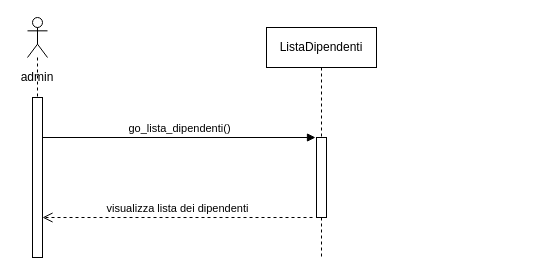
Before: Diagrammi_delle_sequenze/modificabili/diagramma_lista_dipendenti.drawio in fd-col/ProgettoIngegneriaDelSoftware, a draw.io diagram. Source tidied: cells renumbered, new cells numbered last; positions are measured from the earlier drawing's top-left corner, leaving out a move shared by most shapes. Both pictures are drawn from the tidied source at 100%, with x=0, y=0 at pixel (17, 17).
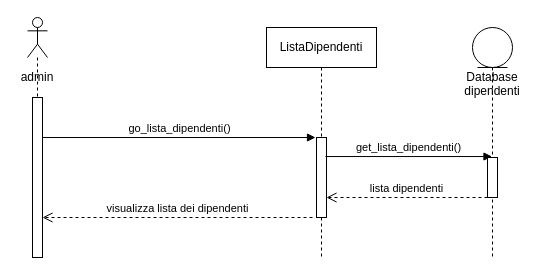
The same page after the edit.

What changed in the source:
```diff
@@
 <mxGraphModel>
   <root>
     <mxCell id="0" />
     <mxCell id="1" parent="0" />
     <mxCell id="2" style="shape=umlLifeline;participant=umlActor;perimeter=lifelinePerimeter;whiteSpace=wrap;html=1;verticalAlign=top;spacingTop=36;" parent="1" vertex="1">
       <mxGeometry x="10" width="20" height="90" as="geometry" />
     </mxCell>
     <mxCell id="3" style="html=1;perimeter=orthogonalPerimeter;" parent="1" vertex="1">
       <mxGeometry x="15" y="80" width="10" height="160" as="geometry" />
     </mxCell>
     <mxCell id="4" value="admin" style="text;html=1;strokeColor=none;fillColor=none;align=center;verticalAlign=middle;whiteSpace=wrap;rounded=0;" parent="1" vertex="1">
       <mxGeometry y="50" width="40" height="20" as="geometry" />
     </mxCell>
     <mxCell id="5" value="&lt;div&gt;ListaDipendenti&lt;/div&gt;" style="shape=umlLifeline;perimeter=lifelinePerimeter;whiteSpace=wrap;html=1;" parent="1" vertex="1">
       <mxGeometry x="249" y="10" width="110" height="230" as="geometry" />
     </mxCell>
     <mxCell id="6" style="html=1;points=[];perimeter=orthogonalPerimeter;" parent="5" vertex="1">
       <mxGeometry x="50" y="110" width="10" height="80" as="geometry" />
     </mxCell>
     <mxCell id="7" value="go_lista_dipendenti()" style="html=1;verticalAlign=bottom;endArrow=block;" parent="1" edge="1">
       <mxGeometry relative="1" as="geometry">
         <mxPoint x="25" y="120" as="sourcePoint" />
         <mxPoint x="298" y="120" as="targetPoint" />
       </mxGeometry>
     </mxCell>
     <mxCell id="8" value="visualizza lista dei dipendenti" style="html=1;verticalAlign=bottom;endArrow=open;dashed=1;endSize=8;" parent="1" edge="1">
       <mxGeometry relative="1" as="geometry">
         <mxPoint x="295" y="200" as="sourcePoint" />
         <mxPoint x="25" y="200" as="targetPoint" />
       </mxGeometry>
     </mxCell>
+    <mxCell id="9" value="Database dipendenti" style="shape=umlLifeline;participant=umlEntity;perimeter=lifelinePerimeter;whiteSpace=wrap;html=1;verticalAlign=top;spacingTop=36;outlineConnect=0;" parent="1" vertex="1">
+      <mxGeometry x="455" y="10" width="40" height="230" as="geometry" />
+    </mxCell>
+    <mxCell id="10" value="get_lista_dipendenti()" style="html=1;verticalAlign=bottom;endArrow=block;exitX=0.9;exitY=0.238;exitDx=0;exitDy=0;exitPerimeter=0;" parent="1" edge="1" source="6" target="9">
+      <mxGeometry relative="1" as="geometry" />
+    </mxCell>
+    <mxCell id="11" style="html=1;perimeter=orthogonalPerimeter;" parent="1" vertex="1">
+      <mxGeometry x="470" y="140" width="10" height="40" as="geometry" />
+    </mxCell>
+    <mxCell id="12" value="lista dipendenti" style="html=1;verticalAlign=bottom;endArrow=open;dashed=1;endSize=8;entryX=1;entryY=0.75;entryDx=0;entryDy=0;entryPerimeter=0;" parent="1" edge="1" target="6">
+      <mxGeometry relative="1" as="geometry">
+        <mxPoint x="470" y="180" as="sourcePoint" />
+      </mxGeometry>
+    </mxCell>
   </root>
 </mxGraphModel>
```
